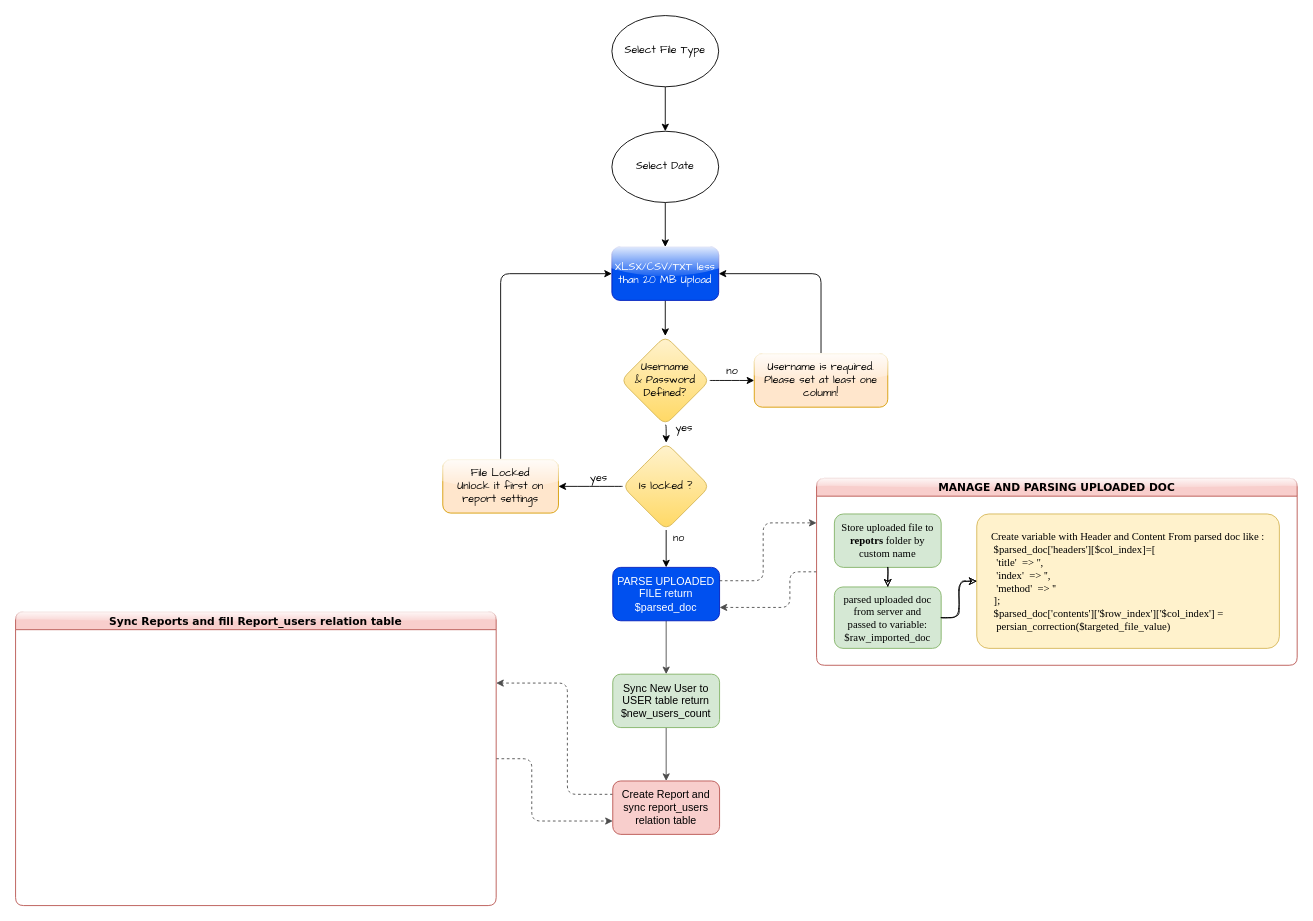
Before: page "Main Excel logic" (2 of 4) of FishHoghoghy.drawio in masoodvahid/flowcharts, a draw.io diagram. Source tidied: cells renumbered, new cells numbered last; positions are measured from the earlier drawing's top-left corner, leaving out a move shared by most shapes. Both pictures are drawn from the tidied source at 89%, with x=0, y=0 at pixel (15, 15).
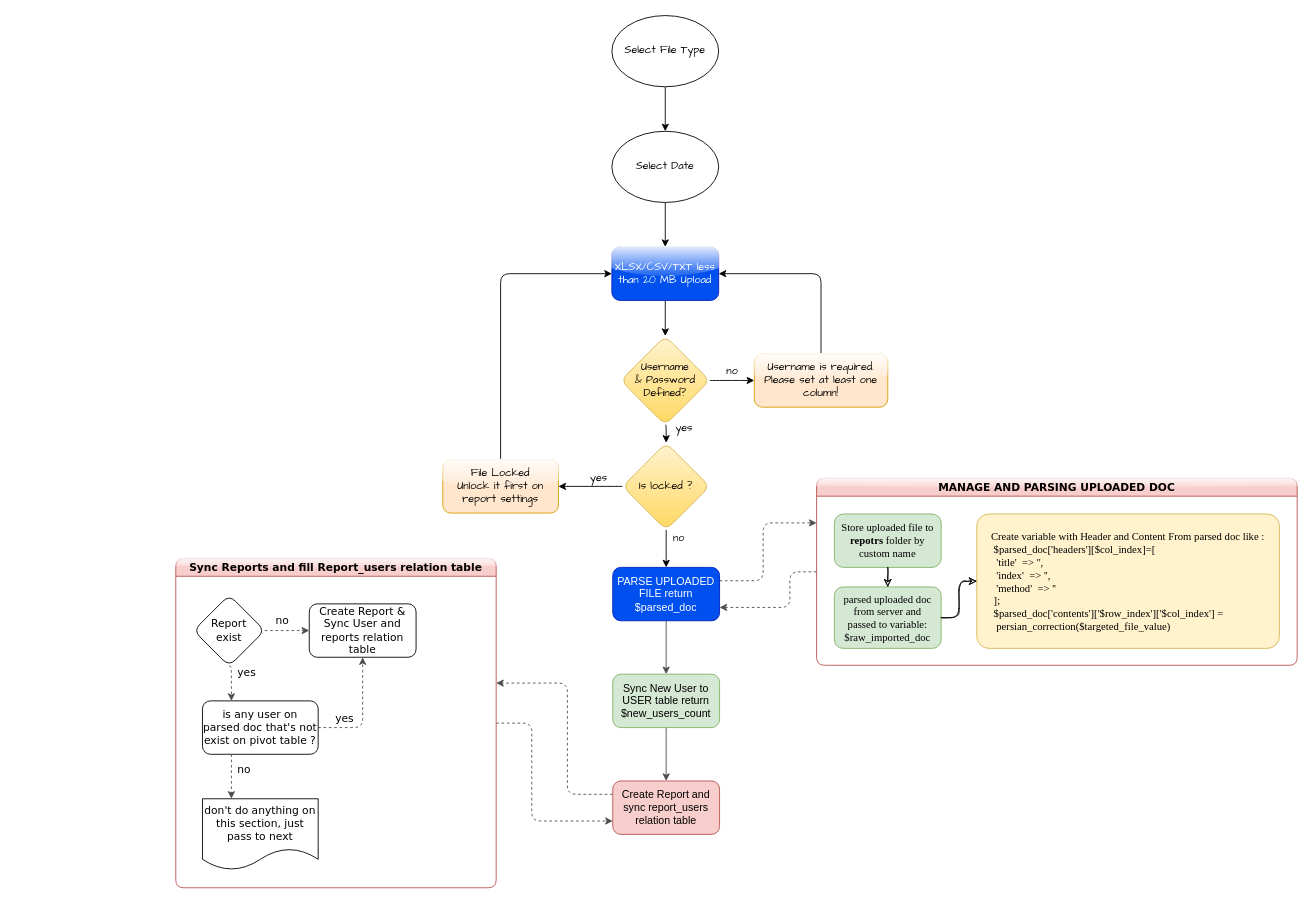
Above is the later version.

Unchanged cells that the change refers to:
```xml
<mxCell id="35" value="Create Report and sync report_users relation table" style="rounded=1;whiteSpace=wrap;html=1;shadow=0;sketch=0;fillColor=#f8cecc;strokeColor=#b85450;glass=0;fillStyle=solid;" parent="1" vertex="1">
  <mxGeometry x="671" y="860" width="120" height="60" as="geometry" />
</mxCell>
```

Change to the diagram source:
```diff
@@
     <mxCell id="36" style="edgeStyle=orthogonalEdgeStyle;rounded=1;sketch=0;jumpStyle=none;jettySize=auto;html=1;exitX=1;exitY=0.5;exitDx=0;exitDy=0;entryX=0;entryY=0.75;entryDx=0;entryDy=0;shadow=0;fontFamily=Verdana;fontColor=#000000;strokeColor=#4D4D4D;strokeWidth=1;dashed=1;" parent="1" edge="1" source="37" target="35">
       <mxGeometry relative="1" as="geometry">
         <Array as="points">
-          <mxPoint x="580" y="835" />
+          <mxPoint x="580" y="795" />
           <mxPoint x="580" y="905" />
         </Array>
       </mxGeometry>
     </mxCell>
     <mxCell id="37" value="Sync Reports and fill Report_users relation table" style="swimlane;startSize=20;rounded=1;shadow=0;glass=1;sketch=0;fontFamily=Verdana;gradientDirection=south;arcSize=15;fillColor=#f8cecc;strokeColor=#b85450;" parent="1" vertex="1">
-      <mxGeometry y="670" width="540" height="330" as="geometry" />
+      <mxGeometry x="180" y="610" width="360" height="370" as="geometry" />
     </mxCell>
+    <mxCell id="38" style="edgeStyle=orthogonalEdgeStyle;rounded=1;sketch=0;jumpStyle=none;jettySize=auto;html=1;exitX=0.5;exitY=1;exitDx=0;exitDy=0;entryX=0.25;entryY=0;entryDx=0;entryDy=0;shadow=0;dashed=1;fontFamily=Verdana;fontColor=#000000;strokeColor=#4D4D4D;strokeWidth=1;" parent="37" edge="1" source="39" target="45">
+      <mxGeometry relative="1" as="geometry" />
+    </mxCell>
+    <mxCell id="39" value="&lt;div&gt;Report&lt;/div&gt;&lt;div&gt;exist&lt;br&gt;&lt;/div&gt;" style="rhombus;whiteSpace=wrap;html=1;rounded=1;shadow=0;glass=0;sketch=0;fontFamily=Verdana;fontColor=#000000;strokeColor=default;fillColor=default;gradientColor=none;gradientDirection=south;" parent="37" vertex="1">
+      <mxGeometry x="20" y="41" width="80" height="80" as="geometry" />
+    </mxCell>
+    <mxCell id="40" style="edgeStyle=orthogonalEdgeStyle;rounded=1;sketch=0;jumpStyle=none;jettySize=auto;html=1;exitX=1;exitY=0.5;exitDx=0;exitDy=0;shadow=0;dashed=1;fontFamily=Verdana;fontColor=#000000;strokeColor=#4D4D4D;strokeWidth=1;entryX=0;entryY=0.5;entryDx=0;entryDy=0;" parent="37" edge="1" source="39" target="41">
+      <mxGeometry relative="1" as="geometry" />
+    </mxCell>
+    <mxCell id="41" value="&lt;div&gt;Create Report &amp;amp;&lt;br&gt;&lt;/div&gt;&lt;div&gt;Sync User and reports relation table&lt;br&gt;&lt;/div&gt;" style="rounded=1;whiteSpace=wrap;html=1;shadow=0;glass=0;sketch=0;fontFamily=Verdana;fontColor=#000000;strokeColor=default;fillColor=default;gradientColor=none;gradientDirection=south;" parent="37" vertex="1">
+      <mxGeometry x="150" y="51" width="120" height="60" as="geometry" />
+    </mxCell>
+    <mxCell id="42" value="&lt;div&gt;no&lt;/div&gt;" style="text;html=1;strokeColor=none;fillColor=none;align=center;verticalAlign=middle;whiteSpace=wrap;rounded=0;shadow=0;glass=0;sketch=0;fontFamily=Verdana;fontColor=#000000;" parent="37" vertex="1">
+      <mxGeometry x="100" y="60" width="40" height="20" as="geometry" />
+    </mxCell>
+    <mxCell id="43" value="yes" style="text;html=1;strokeColor=none;fillColor=none;align=center;verticalAlign=middle;whiteSpace=wrap;rounded=0;shadow=0;glass=0;sketch=0;fontFamily=Verdana;fontColor=#000000;" parent="37" vertex="1">
+      <mxGeometry x="60" y="118" width="40" height="20" as="geometry" />
+    </mxCell>
+    <mxCell id="44" style="edgeStyle=orthogonalEdgeStyle;rounded=1;sketch=0;jumpStyle=none;jettySize=auto;html=1;exitX=1;exitY=0.5;exitDx=0;exitDy=0;entryX=0.5;entryY=1;entryDx=0;entryDy=0;shadow=0;dashed=1;fontFamily=Verdana;fontColor=#000000;strokeColor=#4D4D4D;strokeWidth=1;" parent="37" edge="1" source="45" target="41">
+      <mxGeometry relative="1" as="geometry" />
+    </mxCell>
+    <mxCell id="45" value="is any user on parsed doc that's not exist on pivot table ?" style="rounded=1;whiteSpace=wrap;html=1;shadow=0;glass=0;sketch=0;fontFamily=Verdana;fontColor=#000000;strokeColor=default;fillColor=default;gradientColor=none;gradientDirection=south;" parent="37" vertex="1">
+      <mxGeometry x="30" y="160" width="130" height="60" as="geometry" />
+    </mxCell>
+    <mxCell id="46" value="yes" style="text;html=1;strokeColor=none;fillColor=none;align=center;verticalAlign=middle;whiteSpace=wrap;rounded=0;shadow=0;glass=0;sketch=0;fontFamily=Verdana;fontColor=#000000;" parent="37" vertex="1">
+      <mxGeometry x="170" y="170" width="40" height="20" as="geometry" />
+    </mxCell>
+    <mxCell id="47" value="&lt;div&gt;no&lt;/div&gt;" style="text;html=1;strokeColor=none;fillColor=none;align=center;verticalAlign=middle;whiteSpace=wrap;rounded=0;shadow=0;glass=0;sketch=0;fontFamily=Verdana;fontColor=#000000;" parent="37" vertex="1">
+      <mxGeometry x="59" y="228" width="36" height="20" as="geometry" />
+    </mxCell>
+    <mxCell id="48" value="don't do anything on this section, just pass to next" style="shape=document;whiteSpace=wrap;html=1;boundedLbl=1;rounded=1;shadow=0;glass=0;sketch=0;fontFamily=Verdana;fontColor=#000000;strokeColor=default;fillColor=default;gradientColor=none;gradientDirection=south;" parent="37" vertex="1">
+      <mxGeometry x="30" y="270" width="130" height="80" as="geometry" />
+    </mxCell>
+    <mxCell id="49" style="edgeStyle=orthogonalEdgeStyle;rounded=1;sketch=0;jumpStyle=none;jettySize=auto;html=1;exitX=0.25;exitY=1;exitDx=0;exitDy=0;shadow=0;dashed=1;fontFamily=Verdana;fontColor=#000000;strokeColor=#4D4D4D;strokeWidth=1;entryX=0.25;entryY=0;entryDx=0;entryDy=0;" parent="37" edge="1" source="45" target="48">
+      <mxGeometry relative="1" as="geometry" />
+    </mxCell>
```
